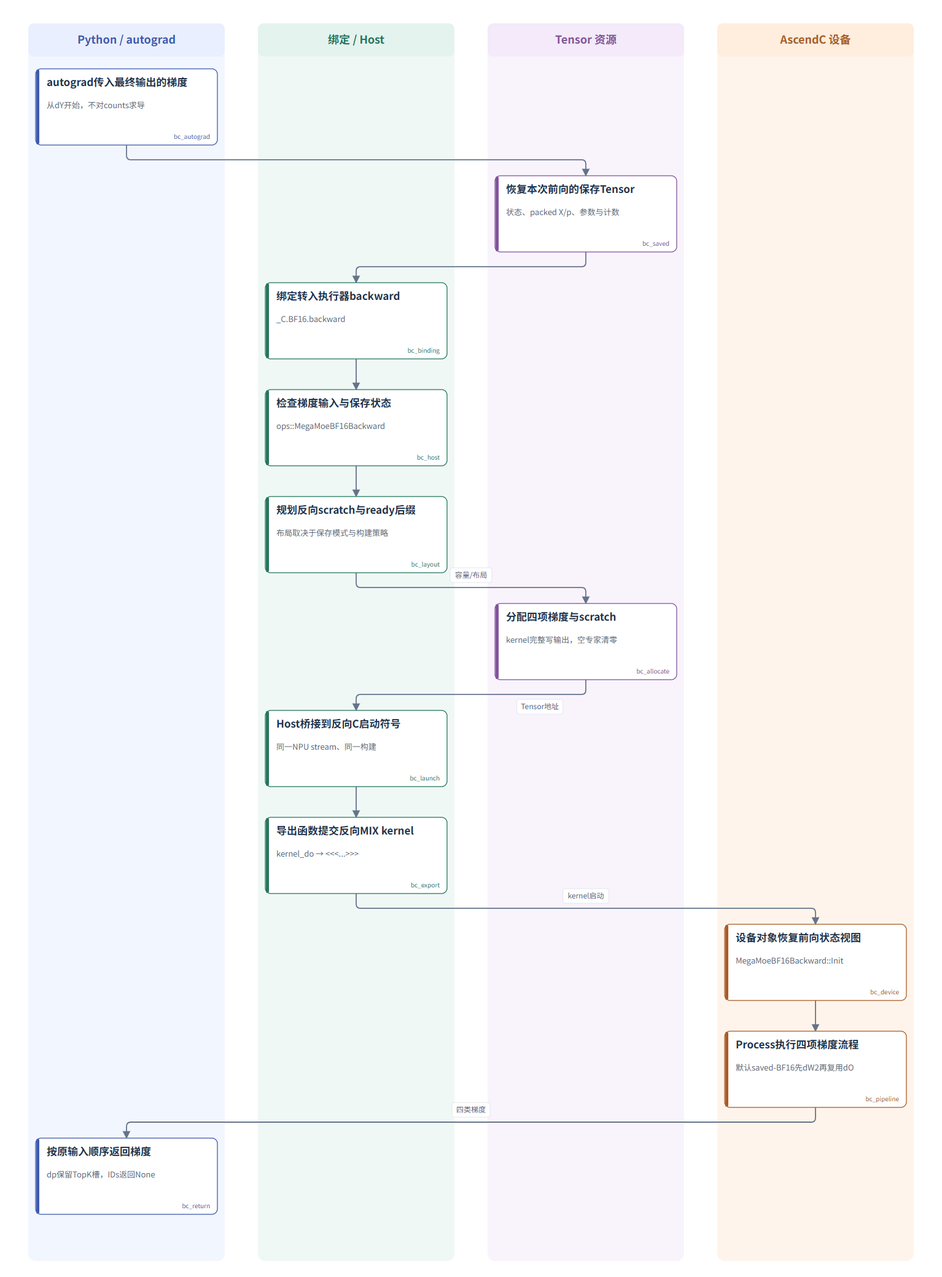
Before: experiments/megamoe_train/docs/visual/diagrams/04-backward-call.png, a diagram exported from Mermaid (Gff0323/DeepEP_xx). Its source is kept beside it as experiments/megamoe_train/docs/visual/diagrams/04-backward-call.mmd.
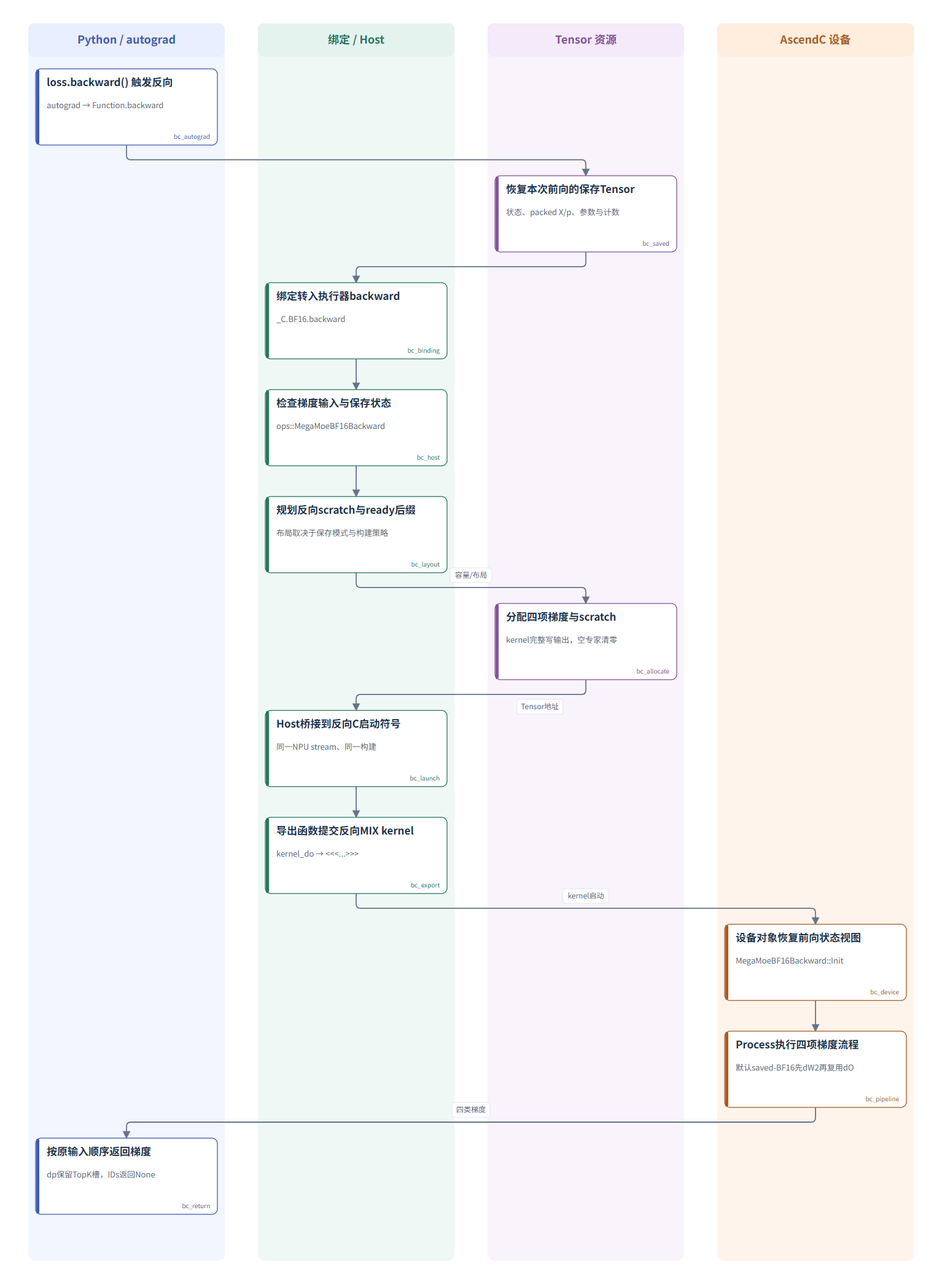
The same diagram one commit later.

Diff of the diagram source:
```diff
@@ -1,6 +1,6 @@
 flowchart TB
   subgraph lane_python["Python / autograd"]
-    bc_autograd["autograd传入最终输出的梯度"]
+    bc_autograd["loss.backward() 触发反向"]
     bc_return["按原输入顺序返回梯度"]
   end
   subgraph lane_host["绑定 / Host"]
```
